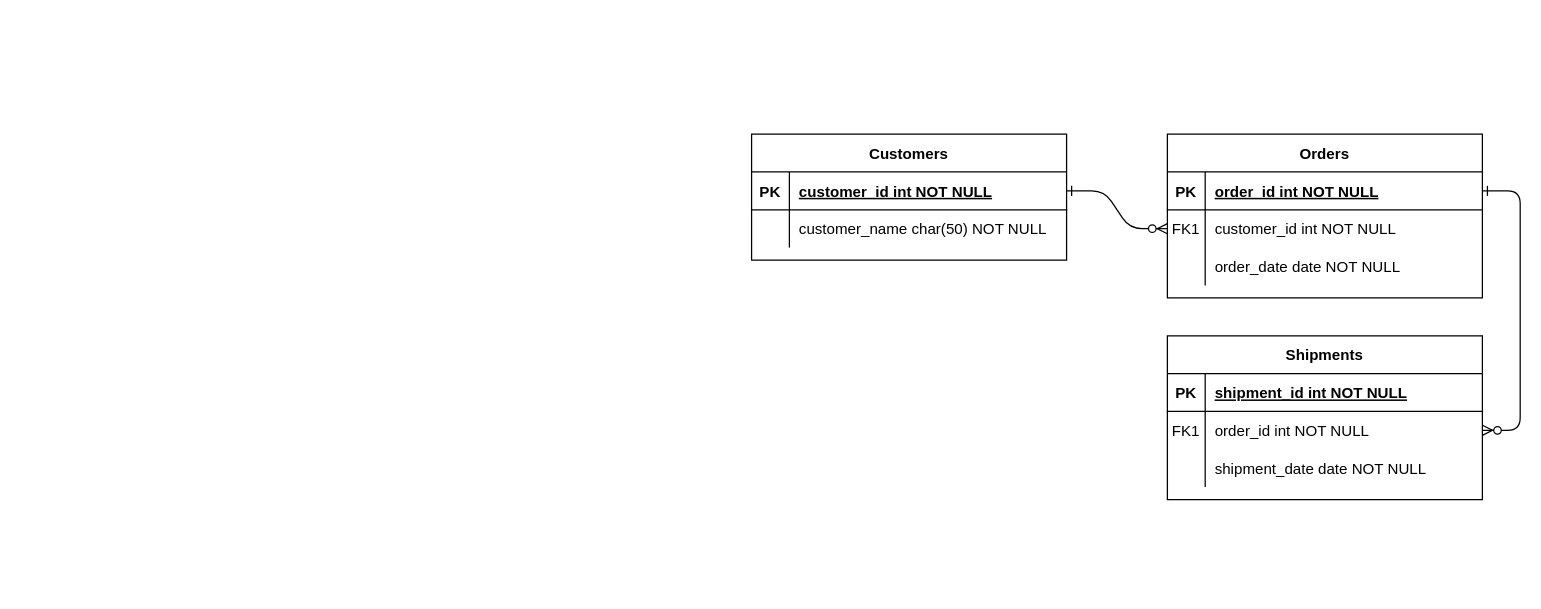
The draw.io diagram Untitled Diagram.drawio in piwang1994/MADMAN, before the edit. Source tidied: cells renumbered, new cells numbered last; positions are measured from the earlier drawing's top-left corner, leaving out a move shared by most shapes. Both pictures are drawn from the tidied source at 126%, with x=0, y=0 at pixel (751, 134).
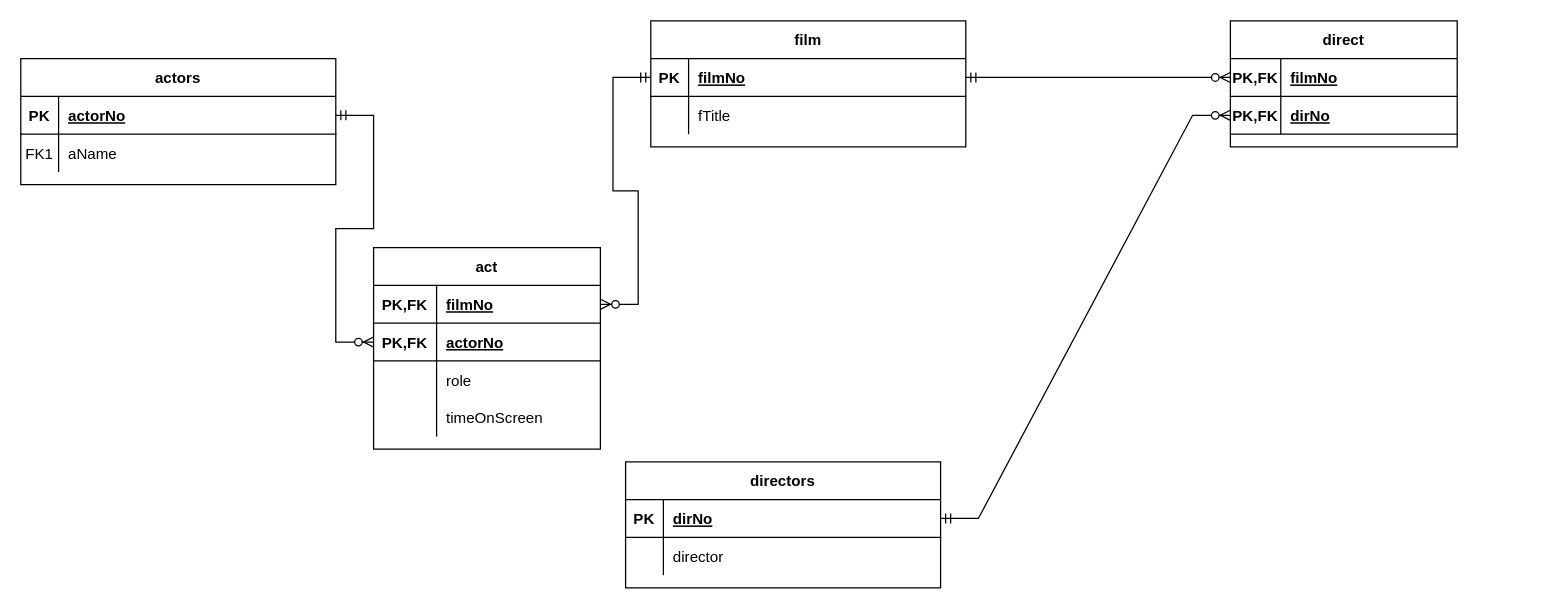
Above is the later version.

Unchanged cells that the change refers to:
```xml
<mxCell id="5" style="shape=partialRectangle;fillColor=none;points=[[0,0.5],[1,0.5]];portConstraint=eastwest;top=0;left=0;right=0;bottom=1;" parent="4" vertex="1">
  <mxGeometry y="30" width="250" height="30" as="geometry" />
</mxCell>
<mxCell id="8" style="shape=partialRectangle;fillColor=none;points=[[0,0.5],[1,0.5]];portConstraint=eastwest;top=0;left=0;right=0;bottom=0;" parent="4" vertex="1">
  <mxGeometry y="60" width="250" height="30" as="geometry" />
</mxCell>
<mxCell id="15" style="shape=partialRectangle;fillColor=none;points=[[0,0.5],[1,0.5]];portConstraint=eastwest;top=0;left=0;right=0;bottom=1;" parent="14" vertex="1">
  <mxGeometry y="30" width="250" height="30" as="geometry" />
</mxCell>
<mxCell id="18" style="shape=partialRectangle;fillColor=none;points=[[0,0.5],[1,0.5]];portConstraint=eastwest;top=0;left=0;right=0;bottom=0;" parent="14" vertex="1">
  <mxGeometry y="60" width="250" height="30" as="geometry" />
</mxCell>
<mxCell id="25" style="shape=partialRectangle;fillColor=none;points=[[0,0.5],[1,0.5]];portConstraint=eastwest;top=0;left=0;right=0;bottom=1;" parent="24" vertex="1">
  <mxGeometry y="30" width="250" height="30" as="geometry" />
</mxCell>
<mxCell id="28" style="shape=partialRectangle;fillColor=none;top=0;left=0;right=0;bottom=0;" parent="24" vertex="1">
  <mxGeometry y="60" width="250" height="30" as="geometry" />
</mxCell>
```

Diff of the diagram source:
```diff
@@
-    <mxCell id="2" style="edgeStyle=entityRelationEdgeStyle;endArrow=ERzeroToMany;startArrow=ERone;endFill=1;startFill=0;" parent="1" edge="1" source="25" target="8">
-      <mxGeometry relative="1" as="geometry" />
-    </mxCell>
-    <mxCell id="3" style="edgeStyle=entityRelationEdgeStyle;endArrow=ERzeroToMany;startArrow=ERone;endFill=1;startFill=0;" parent="1" edge="1" source="5" target="18">
-      <mxGeometry relative="1" as="geometry" />
-    </mxCell>
-    <mxCell id="4" value="Orders" style="shape=table;startSize=30;childLayout=tableLayout;rowLines=0;fontStyle=1;align=center;" parent="1" vertex="1">
-      <mxGeometry x="330" width="250" height="130" as="geometry" />
+    <mxCell id="4" value="directors" style="shape=table;startSize=30;childLayout=tableLayout;rowLines=0;fontStyle=1;align=center;" parent="1" vertex="1">
+      <mxGeometry x="-100" y="260" width="250" height="100" as="geometry" />
     </mxCell>
@@
-    <mxCell id="7" value="order_id int NOT NULL " style="shape=partialRectangle;overflow=hidden;fillColor=none;top=0;left=0;bottom=0;right=0;align=left;spacingLeft=6;fontStyle=5;" parent="5" vertex="1">
+    <mxCell id="7" value="dirNo " style="shape=partialRectangle;overflow=hidden;fillColor=none;top=0;left=0;bottom=0;right=0;align=left;spacingLeft=6;fontStyle=5;" parent="5" vertex="1">
       <mxGeometry x="30" width="220" height="30" as="geometry" />
     </mxCell>
@@
-    <mxCell id="9" value="FK1" style="shape=partialRectangle;overflow=hidden;fillColor=none;top=0;left=0;bottom=0;right=0;" parent="8" vertex="1">
+    <mxCell id="9" style="shape=partialRectangle;overflow=hidden;fillColor=none;top=0;left=0;bottom=0;right=0;" parent="8" vertex="1">
       <mxGeometry width="30" height="30" as="geometry" />
     </mxCell>
-    <mxCell id="10" value="customer_id int NOT NULL" style="shape=partialRectangle;overflow=hidden;fillColor=none;top=0;left=0;bottom=0;right=0;align=left;spacingLeft=6;" parent="8" vertex="1">
+    <mxCell id="10" value="director" style="shape=partialRectangle;overflow=hidden;fillColor=none;top=0;left=0;bottom=0;right=0;align=left;spacingLeft=6;" parent="8" vertex="1">
       <mxGeometry x="30" width="220" height="30" as="geometry" />
     </mxCell>
-    <mxCell id="11" style="shape=partialRectangle;fillColor=none;top=0;left=0;right=0;bottom=0;" parent="4" vertex="1">
-      <mxGeometry y="90" width="250" height="30" as="geometry" />
-    </mxCell>
-    <mxCell id="12" style="shape=partialRectangle;overflow=hidden;fillColor=none;top=0;left=0;bottom=0;right=0;" parent="11" vertex="1">
-      <mxGeometry width="30" height="30" as="geometry" />
-    </mxCell>
-    <mxCell id="13" value="order_date date NOT NULL" style="shape=partialRectangle;overflow=hidden;fillColor=none;top=0;left=0;bottom=0;right=0;align=left;spacingLeft=6;" parent="11" vertex="1">
-      <mxGeometry x="30" width="220" height="30" as="geometry" />
-    </mxCell>
-    <mxCell id="14" value="Shipments" style="shape=table;startSize=30;childLayout=tableLayout;rowLines=0;fontStyle=1;align=center;" parent="1" vertex="1">
-      <mxGeometry x="330" y="160" width="250" height="130" as="geometry" />
+    <mxCell id="14" value="actors" style="shape=table;startSize=30;childLayout=tableLayout;rowLines=0;fontStyle=1;align=center;" parent="1" vertex="1">
+      <mxGeometry x="-580" y="-60" width="250" height="100" as="geometry" />
     </mxCell>
@@
-    <mxCell id="17" value="shipment_id int NOT NULL " style="shape=partialRectangle;overflow=hidden;fillColor=none;top=0;left=0;bottom=0;right=0;align=left;spacingLeft=6;fontStyle=5;" parent="15" vertex="1">
+    <mxCell id="17" value="actorNo " style="shape=partialRectangle;overflow=hidden;fillColor=none;top=0;left=0;bottom=0;right=0;align=left;spacingLeft=6;fontStyle=5;" parent="15" vertex="1">
       <mxGeometry x="30" width="220" height="30" as="geometry" />
     </mxCell>
@@
-    <mxCell id="20" value="order_id int NOT NULL" style="shape=partialRectangle;overflow=hidden;fillColor=none;top=0;left=0;bottom=0;right=0;align=left;spacingLeft=6;" parent="18" vertex="1">
+    <mxCell id="20" value="aName" style="shape=partialRectangle;overflow=hidden;fillColor=none;top=0;left=0;bottom=0;right=0;align=left;spacingLeft=6;" parent="18" vertex="1">
       <mxGeometry x="30" width="220" height="30" as="geometry" />
     </mxCell>
-    <mxCell id="21" style="shape=partialRectangle;fillColor=none;top=0;left=0;right=0;bottom=0;" parent="14" vertex="1">
-      <mxGeometry y="90" width="250" height="30" as="geometry" />
-    </mxCell>
-    <mxCell id="22" style="shape=partialRectangle;overflow=hidden;fillColor=none;top=0;left=0;bottom=0;right=0;" parent="21" vertex="1">
-      <mxGeometry width="30" height="30" as="geometry" />
-    </mxCell>
-    <mxCell id="23" value="shipment_date date NOT NULL" style="shape=partialRectangle;overflow=hidden;fillColor=none;top=0;left=0;bottom=0;right=0;align=left;spacingLeft=6;" parent="21" vertex="1">
-      <mxGeometry x="30" width="220" height="30" as="geometry" />
-    </mxCell>
-    <mxCell id="24" value="Customers" style="shape=table;startSize=30;childLayout=tableLayout;rowLines=0;fontStyle=1;align=center;" parent="1" vertex="1">
-      <mxGeometry width="250" height="100" as="geometry" />
+    <mxCell id="24" value="film" style="shape=table;startSize=30;childLayout=tableLayout;rowLines=0;fontStyle=1;align=center;" parent="1" vertex="1">
+      <mxGeometry x="-80" y="-90" width="250" height="100" as="geometry" />
     </mxCell>
@@
-    <mxCell id="27" value="customer_id int NOT NULL " style="shape=partialRectangle;overflow=hidden;fillColor=none;top=0;left=0;bottom=0;right=0;align=left;spacingLeft=6;fontStyle=5;" parent="25" vertex="1">
+    <mxCell id="27" value="filmNo" style="shape=partialRectangle;overflow=hidden;fillColor=none;top=0;left=0;bottom=0;right=0;align=left;spacingLeft=6;fontStyle=5;" parent="25" vertex="1">
       <mxGeometry x="30" width="220" height="30" as="geometry" />
     </mxCell>
@@
-    <mxCell id="30" value="customer_name char(50) NOT NULL" style="shape=partialRectangle;overflow=hidden;fillColor=none;top=0;left=0;bottom=0;right=0;align=left;spacingLeft=6;" parent="28" vertex="1">
+    <mxCell id="30" value="fTitle" style="shape=partialRectangle;overflow=hidden;fillColor=none;top=0;left=0;bottom=0;right=0;align=left;spacingLeft=6;" parent="28" vertex="1">
       <mxGeometry x="30" width="220" height="30" as="geometry" />
     </mxCell>
+    <mxCell id="31" value="direct" style="shape=table;startSize=30;childLayout=tableLayout;rowLines=0;fontStyle=1;align=center;" parent="1" vertex="1">
+      <mxGeometry x="380" y="-90" width="180" height="100" as="geometry" />
+    </mxCell>
+    <mxCell id="32" style="shape=tableRow;horizontal=0;startSize=0;swimlaneHead=0;swimlaneBody=0;fillColor=none;points=[[0,0.5],[1,0.5]];portConstraint=eastwest;top=0;left=0;right=0;bottom=1;" parent="31" vertex="1">
+      <mxGeometry y="30" width="180" height="30" as="geometry" />
+    </mxCell>
+    <mxCell id="33" value="PK,FK" style="shape=partialRectangle;fillColor=none;top=0;left=0;bottom=0;right=0;fontStyle=1;overflow=hidden;" parent="32" vertex="1">
+      <mxGeometry width="40" height="30" as="geometry" />
+    </mxCell>
+    <mxCell id="34" value="filmNo" style="shape=partialRectangle;fillColor=none;top=0;left=0;bottom=0;right=0;align=left;spacingLeft=6;fontStyle=5;overflow=hidden;" parent="32" vertex="1">
+      <mxGeometry x="40" width="140" height="30" as="geometry" />
+    </mxCell>
+    <mxCell id="35" style="shape=tableRow;horizontal=0;startSize=0;swimlaneHead=0;swimlaneBody=0;fillColor=none;points=[[0,0.5],[1,0.5]];portConstraint=eastwest;top=0;left=0;right=0;bottom=1;" parent="31" vertex="1">
+      <mxGeometry y="60" width="180" height="30" as="geometry" />
+    </mxCell>
+    <mxCell id="36" value="PK,FK" style="shape=partialRectangle;fillColor=none;top=0;left=0;bottom=0;right=0;fontStyle=1;overflow=hidden;" parent="35" vertex="1">
+      <mxGeometry width="40" height="30" as="geometry" />
+    </mxCell>
+    <mxCell id="37" value="dirNo" style="shape=partialRectangle;fillColor=none;top=0;left=0;bottom=0;right=0;align=left;spacingLeft=6;fontStyle=5;overflow=hidden;" parent="35" vertex="1">
+      <mxGeometry x="40" width="140" height="30" as="geometry" />
+    </mxCell>
+    <mxCell id="38" value="act" style="shape=table;startSize=30;childLayout=tableLayout;rowLines=0;fontStyle=1;align=center;" parent="1" vertex="1">
+      <mxGeometry x="-300" y="90" width="180" height="160" as="geometry" />
+    </mxCell>
+    <mxCell id="39" style="shape=tableRow;horizontal=0;startSize=0;swimlaneHead=0;swimlaneBody=0;fillColor=none;points=[[0,0.5],[1,0.5]];portConstraint=eastwest;top=0;left=0;right=0;bottom=1;" parent="38" vertex="1">
+      <mxGeometry y="30" width="180" height="30" as="geometry" />
+    </mxCell>
+    <mxCell id="40" value="PK,FK" style="shape=partialRectangle;fillColor=none;top=0;left=0;bottom=0;right=0;fontStyle=1;overflow=hidden;" parent="39" vertex="1">
+      <mxGeometry width="50" height="30" as="geometry" />
+    </mxCell>
+    <mxCell id="41" value="filmNo" style="shape=partialRectangle;fillColor=none;top=0;left=0;bottom=0;right=0;align=left;spacingLeft=6;fontStyle=5;overflow=hidden;" parent="39" vertex="1">
+      <mxGeometry x="50" width="130" height="30" as="geometry" />
+    </mxCell>
+    <mxCell id="42" style="shape=tableRow;horizontal=0;startSize=0;swimlaneHead=0;swimlaneBody=0;fillColor=none;points=[[0,0.5],[1,0.5]];portConstraint=eastwest;top=0;left=0;right=0;bottom=1;" parent="38" vertex="1">
+      <mxGeometry y="60" width="180" height="30" as="geometry" />
+    </mxCell>
+    <mxCell id="43" value="PK,FK" style="shape=partialRectangle;fillColor=none;top=0;left=0;bottom=0;right=0;fontStyle=1;overflow=hidden;" parent="42" vertex="1">
+      <mxGeometry width="50" height="30" as="geometry" />
+    </mxCell>
+    <mxCell id="44" value="actorNo" style="shape=partialRectangle;fillColor=none;top=0;left=0;bottom=0;right=0;align=left;spacingLeft=6;fontStyle=5;overflow=hidden;" parent="42" vertex="1">
+      <mxGeometry x="50" width="130" height="30" as="geometry" />
+    </mxCell>
+    <mxCell id="45" style="shape=tableRow;horizontal=0;startSize=0;swimlaneHead=0;swimlaneBody=0;fillColor=none;top=0;left=0;right=0;bottom=0;" parent="38" vertex="1">
+      <mxGeometry y="90" width="180" height="30" as="geometry" />
+    </mxCell>
+    <mxCell id="46" style="shape=partialRectangle;fillColor=none;top=0;left=0;bottom=0;right=0;overflow=hidden;" parent="45" vertex="1">
+      <mxGeometry width="50" height="30" as="geometry" />
+    </mxCell>
+    <mxCell id="47" value="role" style="shape=partialRectangle;fillColor=none;top=0;left=0;bottom=0;right=0;align=left;spacingLeft=6;overflow=hidden;" parent="45" vertex="1">
+      <mxGeometry x="50" width="130" height="30" as="geometry" />
+    </mxCell>
+    <mxCell id="48" style="shape=tableRow;horizontal=0;startSize=0;swimlaneHead=0;swimlaneBody=0;fillColor=none;top=0;left=0;right=0;bottom=0;" parent="38" vertex="1">
+      <mxGeometry y="120" width="180" height="30" as="geometry" />
+    </mxCell>
+    <mxCell id="49" style="shape=partialRectangle;fillColor=none;top=0;left=0;bottom=0;right=0;overflow=hidden;" parent="48" vertex="1">
+      <mxGeometry width="50" height="30" as="geometry" />
+    </mxCell>
+    <mxCell id="50" value="timeOnScreen " style="shape=partialRectangle;fillColor=none;top=0;left=0;bottom=0;right=0;align=left;spacingLeft=6;overflow=hidden;" parent="48" vertex="1">
+      <mxGeometry x="50" width="130" height="30" as="geometry" />
+    </mxCell>
+    <mxCell id="51" style="edgeStyle=entityRelationEdgeStyle;fontSize=12;html=1;endArrow=ERzeroToMany;startArrow=ERmandOne;rounded=0;exitX=1;exitY=0.5;exitDx=0;exitDy=0;entryX=0;entryY=0.5;entryDx=0;entryDy=0;" parent="1" edge="1" source="25" target="32">
+      <mxGeometry relative="1" as="geometry" />
+    </mxCell>
+    <mxCell id="52" style="edgeStyle=entityRelationEdgeStyle;fontSize=12;html=1;endArrow=ERzeroToMany;startArrow=ERmandOne;rounded=0;entryX=0;entryY=0.5;entryDx=0;entryDy=0;" parent="1" edge="1" source="5" target="35">
+      <mxGeometry relative="1" as="geometry" />
+    </mxCell>
+    <mxCell id="53" style="edgeStyle=entityRelationEdgeStyle;fontSize=12;html=1;endArrow=ERzeroToMany;startArrow=ERmandOne;rounded=0;exitX=0;exitY=0.5;exitDx=0;exitDy=0;entryX=1;entryY=0.5;entryDx=0;entryDy=0;" parent="1" edge="1" source="25" target="39">
+      <mxGeometry relative="1" as="geometry" />
+    </mxCell>
+    <mxCell id="54" style="edgeStyle=entityRelationEdgeStyle;fontSize=12;html=1;endArrow=ERzeroToMany;startArrow=ERmandOne;rounded=0;exitX=1;exitY=0.5;exitDx=0;exitDy=0;entryX=0;entryY=0.5;entryDx=0;entryDy=0;" parent="1" edge="1" source="15" target="42">
+      <mxGeometry relative="1" as="geometry" />
+    </mxCell>
```
